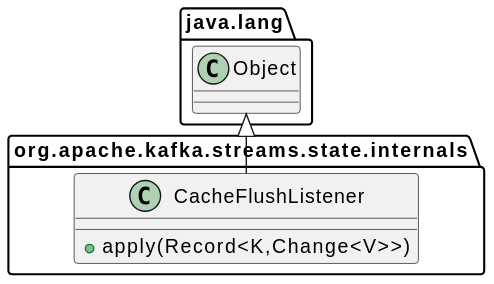
Earlier version of the PlantUML export docs/qc/streams/src/main/java/org/apache/kafka/streams/state/internals/CacheFlushListener.java.svg (qualitesys/kafka).
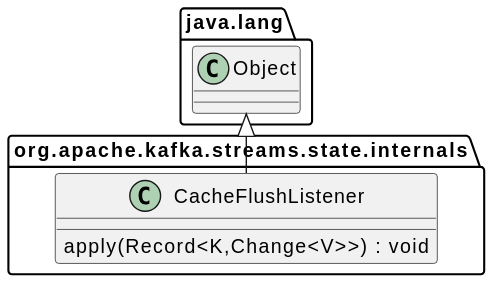
The same file after the commit.

Diff of the diagram source:
```diff
@@ -2,6 +2,6 @@
 !pragma layout smetana
 java.lang.Object <|-- org.apache.kafka.streams.state.internals.CacheFlushListener
 class org.apache.kafka.streams.state.internals.CacheFlushListener {
-+  apply(Record<K,Change<V>>)
+apply(Record<K,Change<V>>) : void [[[././qc/streams/src/main/java/org/apache/kafka/streams/state/internals/CacheFlushListener.java.html#11]]]
 }
 @enduml
```
